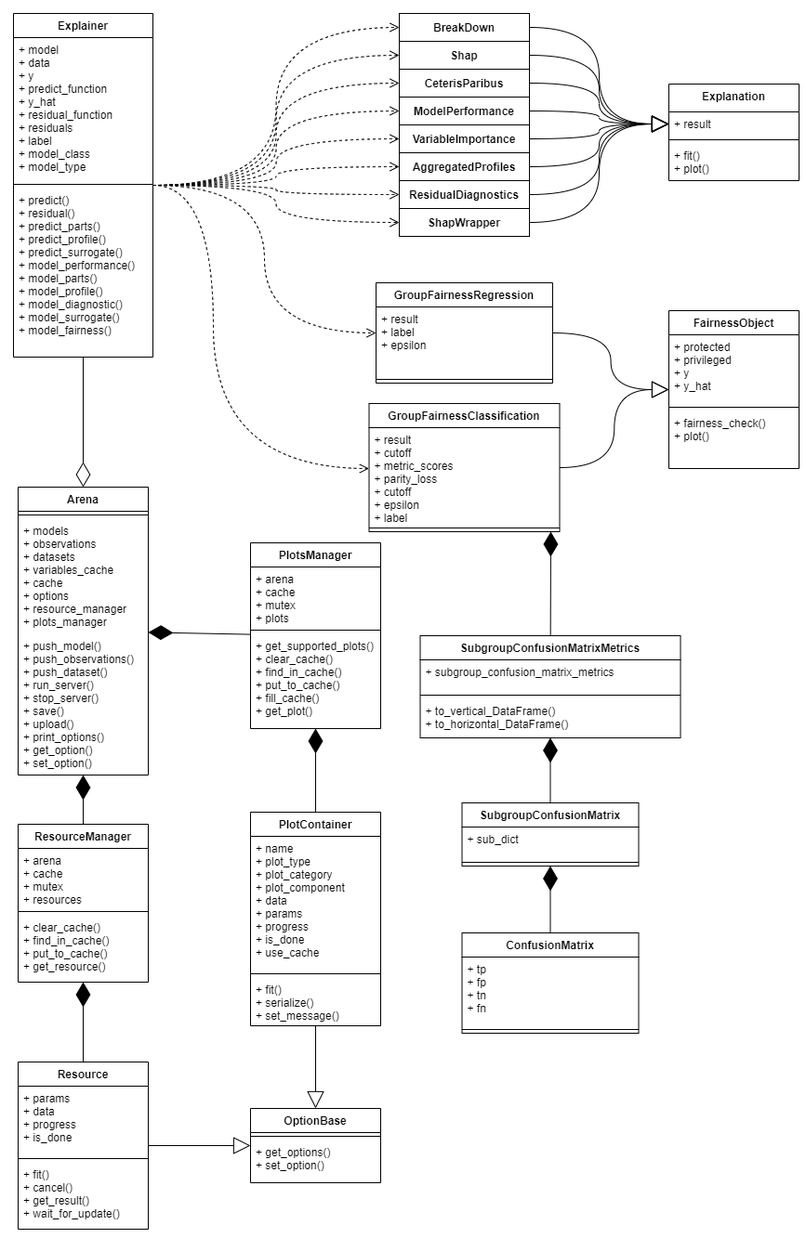
Earlier version of the draw.io export dalex/dalex-class.png (ModelOriented/DALEX-docs). Source tidied: cells renumbered, new cells last; positions are measured from the earlier drawing's top-left corner, leaving out a move shared by most shapes.
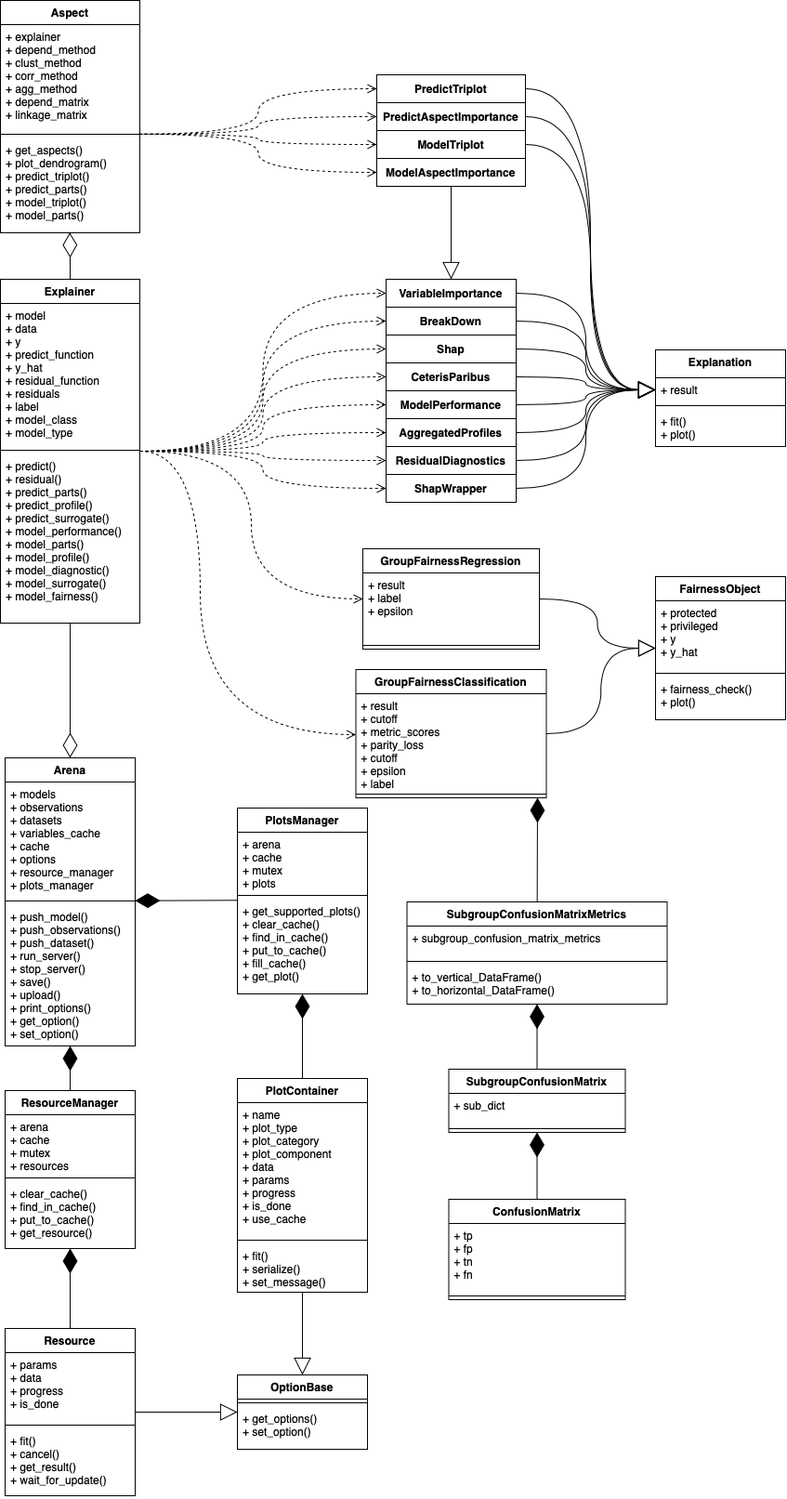
After the change.

Commit message:
update class diagram

What changed in the source:
```diff
@@ -36,7 +36,7 @@
       <mxGeometry y="130" width="205" height="8" as="geometry" />
     </mxCell>
     <mxCell id="13" value="FairnessObject" style="swimlane;fontStyle=1;align=center;verticalAlign=top;horizontal=1;startSize=26;" parent="1" vertex="1">
-      <mxGeometry x="705" y="320" width="140" height="170" as="geometry" />
+      <mxGeometry x="705" y="320" width="140" height="154" as="geometry" />
     </mxCell>
     <mxCell id="14" value="+ protected&#10;+ privileged&#10;+ y&#10;+ y_hat" style="text;strokeColor=none;fillColor=none;align=left;verticalAlign=top;spacingLeft=4;spacingRight=4;overflow=hidden;" parent="13" vertex="1">
       <mxGeometry y="26" width="140" height="74" as="geometry" />
@@ -45,17 +45,17 @@
       <mxGeometry y="100" width="140" height="8" as="geometry" />
     </mxCell>
     <mxCell id="16" value="+ fairness_check()&#10;+ plot()" style="text;strokeColor=none;fillColor=none;align=left;verticalAlign=top;spacingLeft=4;spacingRight=4;overflow=hidden;" parent="13" vertex="1">
-      <mxGeometry y="108" width="140" height="62" as="geometry" />
+      <mxGeometry y="108" width="140" height="46" as="geometry" />
     </mxCell>
     <mxCell id="17" value="Arena" style="swimlane;fontStyle=1;align=center;verticalAlign=top;horizontal=1;startSize=26;" parent="1" vertex="1">
-      <mxGeometry x="5" y="510" width="140" height="310" as="geometry" />
+      <mxGeometry x="5" y="515" width="140" height="310" as="geometry" />
     </mxCell>
+    <mxCell id="19" value="+ models&#10;+ observations&#10;+ datasets&#10;+ variables_cache&#10;+ cache&#10;+ options&#10;+ resource_manager&#10;+ plots_manager&#10;" style="text;strokeColor=none;fillColor=none;align=left;verticalAlign=top;spacingLeft=4;spacingRight=4;overflow=hidden;" parent="17" vertex="1">
+      <mxGeometry y="26" width="140" height="124" as="geometry" />
+    </mxCell>
     <mxCell id="18" style="line;strokeWidth=1;fillColor=none;align=left;verticalAlign=middle;spacingTop=-1;spacingLeft=3;spacingRight=3;labelPosition=right;" parent="17" vertex="1">
-      <mxGeometry y="26" width="140" height="8" as="geometry" />
+      <mxGeometry y="150" width="140" height="8" as="geometry" />
     </mxCell>
-    <mxCell id="19" value="+ models&#10;+ observations&#10;+ datasets&#10;+ variables_cache&#10;+ cache&#10;+ options&#10;+ resource_manager&#10;+ plots_manager&#10;" style="text;strokeColor=none;fillColor=none;align=left;verticalAlign=top;spacingLeft=4;spacingRight=4;overflow=hidden;" parent="17" vertex="1">
-      <mxGeometry y="34" width="140" height="124" as="geometry" />
-    </mxCell>
     <mxCell id="20" value="+ push_model()&#10;+ push_observations()&#10;+ push_dataset()&#10;+ run_server()&#10;+ stop_server()&#10;+ save()&#10;+ upload()&#10;+ print_options()&#10;+ get_option()&#10;+ set_option()" style="text;strokeColor=none;fillColor=none;align=left;verticalAlign=top;spacingLeft=4;spacingRight=4;overflow=hidden;" parent="17" vertex="1">
       <mxGeometry y="158" width="140" height="152" as="geometry" />
     </mxCell>
@@ -78,19 +78,19 @@
       <mxGeometry relative="1" as="geometry" />
     </mxCell>
     <mxCell id="27" value="BreakDown" style="rounded=0;whiteSpace=wrap;html=1;fontSize=12;fontStyle=1;" parent="1" vertex="1">
-      <mxGeometry x="415" width="140" height="30" as="geometry" />
+      <mxGeometry x="415" y="30" width="140" height="30" as="geometry" />
     </mxCell>
     <mxCell id="28" value="&lt;div&gt;Shap&lt;/div&gt;" style="rounded=0;whiteSpace=wrap;html=1;fontSize=12;fontStyle=1;" parent="1" vertex="1">
-      <mxGeometry x="415" y="30" width="140" height="30" as="geometry" />
+      <mxGeometry x="415" y="60" width="140" height="30" as="geometry" />
     </mxCell>
     <mxCell id="29" value="CeterisParibus" style="rounded=0;whiteSpace=wrap;html=1;fontSize=12;fontStyle=1;" parent="1" vertex="1">
-      <mxGeometry x="415" y="60" width="140" height="30" as="geometry" />
+      <mxGeometry x="415" y="90" width="140" height="30" as="geometry" />
     </mxCell>
     <mxCell id="30" value="ModelPerformance" style="rounded=0;whiteSpace=wrap;html=1;fontSize=12;fontStyle=1;" parent="1" vertex="1">
-      <mxGeometry x="415" y="90" width="140" height="30" as="geometry" />
+      <mxGeometry x="415" y="120" width="140" height="30" as="geometry" />
     </mxCell>
     <mxCell id="31" value="VariableImportance" style="rounded=0;whiteSpace=wrap;html=1;fontSize=12;fontStyle=1;" parent="1" vertex="1">
-      <mxGeometry x="415" y="120" width="140" height="30" as="geometry" />
+      <mxGeometry x="415" width="140" height="30" as="geometry" />
     </mxCell>
     <mxCell id="32" value="AggregatedProfiles" style="rounded=0;whiteSpace=wrap;html=1;fontSize=12;fontStyle=1;" parent="1" vertex="1">
       <mxGeometry x="415" y="150" width="140" height="30" as="geometry" />
@@ -113,7 +113,7 @@
     <mxCell id="38" style="html=1;verticalAlign=bottom;endArrow=open;dashed=1;endSize=8;fontSize=12;entryX=0;entryY=0.5;entryDx=0;entryDy=0;edgeStyle=orthogonalEdgeStyle;curved=1;" parent="1" edge="1" source="2" target="30">
       <mxGeometry relative="1" as="geometry" />
     </mxCell>
-    <mxCell id="39" style="html=1;verticalAlign=bottom;endArrow=open;dashed=1;endSize=8;fontSize=12;entryX=0;entryY=0.5;entryDx=0;entryDy=0;edgeStyle=orthogonalEdgeStyle;curved=1;" parent="1" edge="1" source="2" target="31">
+    <mxCell id="39" style="html=1;verticalAlign=bottom;endArrow=open;dashed=1;endSize=8;fontSize=12;edgeStyle=orthogonalEdgeStyle;curved=1;entryX=0;entryY=0.5;entryDx=0;entryDy=0;" parent="1" edge="1" source="2" target="31">
       <mxGeometry relative="1" as="geometry" />
     </mxCell>
     <mxCell id="40" style="html=1;verticalAlign=bottom;endArrow=open;dashed=1;endSize=8;fontSize=12;entryX=0;entryY=0.5;entryDx=0;entryDy=0;edgeStyle=orthogonalEdgeStyle;curved=1;" parent="1" edge="1" source="2" target="32">
@@ -161,7 +161,7 @@
       <mxGeometry relative="1" as="geometry" />
     </mxCell>
     <mxCell id="53" value="PlotsManager" style="swimlane;fontStyle=1;align=center;verticalAlign=top;horizontal=1;startSize=26;" parent="1" vertex="1">
-      <mxGeometry x="255" y="570" width="140" height="200" as="geometry" />
+      <mxGeometry x="255" y="569" width="140" height="200" as="geometry" />
     </mxCell>
     <mxCell id="54" value="+ arena&#10;+ cache&#10;+ mutex&#10;+ plots" style="text;strokeColor=none;fillColor=none;align=left;verticalAlign=top;spacingLeft=4;spacingRight=4;overflow=hidden;" parent="53" vertex="1">
       <mxGeometry y="26" width="140" height="64" as="geometry" />
@@ -172,8 +172,11 @@
     <mxCell id="56" value="+ get_supported_plots()&#10;+ clear_cache()&#10;+ find_in_cache()&#10;+ put_to_cache()&#10;+ fill_cache()&#10;+ get_plot()&#10;" style="text;strokeColor=none;fillColor=none;align=left;verticalAlign=top;spacingLeft=4;spacingRight=4;overflow=hidden;" parent="53" vertex="1">
       <mxGeometry y="98" width="140" height="102" as="geometry" />
     </mxCell>
-    <mxCell id="57" style="endArrow=diamondThin;endFill=1;endSize=24;html=1;" parent="1" edge="1" source="53" target="17">
-      <mxGeometry relative="1" as="geometry" />
+    <mxCell id="57" style="endArrow=diamondThin;endFill=1;endSize=24;html=1;" parent="1" edge="1">
+      <mxGeometry relative="1" as="geometry">
+        <mxPoint x="255" y="668.3" as="sourcePoint" />
+        <mxPoint x="145" y="668.7" as="targetPoint" />
+      </mxGeometry>
     </mxCell>
     <mxCell id="58" value="ResourceManager" style="swimlane;fontStyle=1;align=center;verticalAlign=top;horizontal=1;startSize=26;" parent="1" vertex="1">
       <mxGeometry x="5" y="873" width="140" height="170" as="geometry" />
@@ -276,5 +279,56 @@
     <mxCell id="90" style="endArrow=block;endSize=16;endFill=0;html=1;fontSize=12;edgeStyle=orthogonalEdgeStyle;curved=1;" parent="1" edge="1" source="70" target="13">
       <mxGeometry relative="1" as="geometry" />
     </mxCell>
+    <mxCell id="91" value="Aspect" style="swimlane;fontStyle=1;align=center;verticalAlign=top;horizontal=1;startSize=26;" parent="1" vertex="1">
+      <mxGeometry y="-300" width="150" height="250" as="geometry" />
+    </mxCell>
+    <mxCell id="92" value="+ explainer&#10;+ depend_method&#10;+ clust_method&#10;+ corr_method&#10;+ agg_method&#10;+ depend_matrix&#10;+ linkage_matrix&#10;" style="text;strokeColor=none;fillColor=none;align=left;verticalAlign=top;spacingLeft=4;spacingRight=4;overflow=hidden;" parent="91" vertex="1">
+      <mxGeometry y="26" width="150" height="114" as="geometry" />
+    </mxCell>
+    <mxCell id="93" style="line;strokeWidth=1;fillColor=none;align=left;verticalAlign=middle;spacingTop=-1;spacingLeft=3;spacingRight=3;labelPosition=right;points=[];portConstraint=eastwest;" parent="91" vertex="1">
+      <mxGeometry y="140" width="150" height="8" as="geometry" />
+    </mxCell>
+    <mxCell id="94" value="+ get_aspects()&#10;+ plot_dendrogram()&#10;+ predict_triplot()  &#10;+ predict_parts() &#10;+ model_triplot()&#10;+ model_parts()&#10;" style="text;strokeColor=none;fillColor=none;align=left;verticalAlign=top;spacingLeft=4;spacingRight=4;overflow=hidden;points=[[0,0.5],[1,0.5]];portConstraint=eastwest;" parent="91" vertex="1">
+      <mxGeometry y="148" width="150" height="102" as="geometry" />
+    </mxCell>
+    <mxCell id="95" value="PredictAspectImportance" style="rounded=0;whiteSpace=wrap;html=1;fontSize=12;fontStyle=1;" parent="1" vertex="1">
+      <mxGeometry x="405" y="-190" width="160" height="30" as="geometry" />
+    </mxCell>
+    <mxCell id="96" value="ModelAspectImportance" style="rounded=0;whiteSpace=wrap;html=1;fontSize=12;fontStyle=1;" parent="1" vertex="1">
+      <mxGeometry x="405" y="-130" width="160" height="30" as="geometry" />
+    </mxCell>
+    <mxCell id="97" value="PredictTriplot" style="rounded=0;whiteSpace=wrap;html=1;fontSize=12;fontStyle=1;" parent="1" vertex="1">
+      <mxGeometry x="405" y="-220" width="160" height="30" as="geometry" />
+    </mxCell>
+    <mxCell id="98" value="ModelTriplot" style="rounded=0;whiteSpace=wrap;html=1;fontSize=12;fontStyle=1;" parent="1" vertex="1">
+      <mxGeometry x="405" y="-160" width="160" height="30" as="geometry" />
+    </mxCell>
+    <mxCell id="99" style="html=1;verticalAlign=bottom;endArrow=open;dashed=1;endSize=8;fontSize=12;entryX=0;entryY=0.5;entryDx=0;entryDy=0;edgeStyle=orthogonalEdgeStyle;curved=1;exitX=0.996;exitY=-0.041;exitDx=0;exitDy=0;exitPerimeter=0;" parent="1" edge="1" source="94" target="95">
+      <mxGeometry relative="1" as="geometry" />
+    </mxCell>
+    <mxCell id="100" style="html=1;verticalAlign=bottom;endArrow=open;dashed=1;endSize=8;fontSize=12;entryX=0;entryY=0.5;entryDx=0;entryDy=0;edgeStyle=orthogonalEdgeStyle;curved=1;exitX=1.001;exitY=0.479;exitDx=0;exitDy=0;exitPerimeter=0;" parent="1" edge="1" source="93" target="97">
+      <mxGeometry relative="1" as="geometry" />
+    </mxCell>
+    <mxCell id="101" style="html=1;verticalAlign=bottom;endArrow=open;dashed=1;endSize=8;fontSize=12;entryX=0;entryY=0.5;entryDx=0;entryDy=0;edgeStyle=orthogonalEdgeStyle;curved=1;exitX=0.986;exitY=-0.041;exitDx=0;exitDy=0;exitPerimeter=0;" parent="1" edge="1" source="94" target="96">
+      <mxGeometry relative="1" as="geometry" />
+    </mxCell>
+    <mxCell id="102" style="html=1;verticalAlign=bottom;endArrow=open;dashed=1;endSize=8;fontSize=12;entryX=0;entryY=0.5;entryDx=0;entryDy=0;edgeStyle=orthogonalEdgeStyle;curved=1;exitX=0.991;exitY=-0.041;exitDx=0;exitDy=0;exitPerimeter=0;" parent="1" edge="1" source="94" target="98">
+      <mxGeometry relative="1" as="geometry" />
+    </mxCell>
+    <mxCell id="103" style="endArrow=block;endSize=16;endFill=0;html=1;fontSize=12;exitX=1;exitY=0.5;exitDx=0;exitDy=0;entryX=0;entryY=0.5;entryDx=0;entryDy=0;edgeStyle=orthogonalEdgeStyle;curved=1;" parent="1" edge="1" source="95" target="7">
+      <mxGeometry relative="1" as="geometry" />
+    </mxCell>
+    <mxCell id="104" style="endArrow=block;endSize=16;endFill=0;html=1;fontSize=12;exitX=1;exitY=0.5;exitDx=0;exitDy=0;entryX=0;entryY=0.5;entryDx=0;entryDy=0;edgeStyle=orthogonalEdgeStyle;curved=1;" parent="1" edge="1" source="97" target="7">
+      <mxGeometry relative="1" as="geometry" />
+    </mxCell>
+    <mxCell id="105" style="endArrow=block;endSize=16;endFill=0;html=1;fontSize=12;exitX=1;exitY=0.5;exitDx=0;exitDy=0;entryX=0;entryY=0.5;entryDx=0;entryDy=0;edgeStyle=orthogonalEdgeStyle;curved=1;" parent="1" edge="1" source="98" target="7">
+      <mxGeometry relative="1" as="geometry" />
+    </mxCell>
+    <mxCell id="106" style="endArrow=block;endSize=16;endFill=0;html=1;fontSize=12;exitX=0.5;exitY=1;exitDx=0;exitDy=0;edgeStyle=orthogonalEdgeStyle;curved=1;entryX=0.5;entryY=0;entryDx=0;entryDy=0;" parent="1" edge="1" source="96" target="31">
+      <mxGeometry relative="1" as="geometry" />
+    </mxCell>
+    <mxCell id="107" style="endArrow=diamondThin;endFill=0;endSize=24;html=1;edgeStyle=orthogonalEdgeStyle;entryX=0.497;entryY=0.997;entryDx=0;entryDy=0;entryPerimeter=0;exitX=0.5;exitY=0;exitDx=0;exitDy=0;" parent="1" edge="1" source="2" target="94">
+      <mxGeometry relative="1" as="geometry" />
+    </mxCell>
   </root>
 </mxGraphModel>
```
